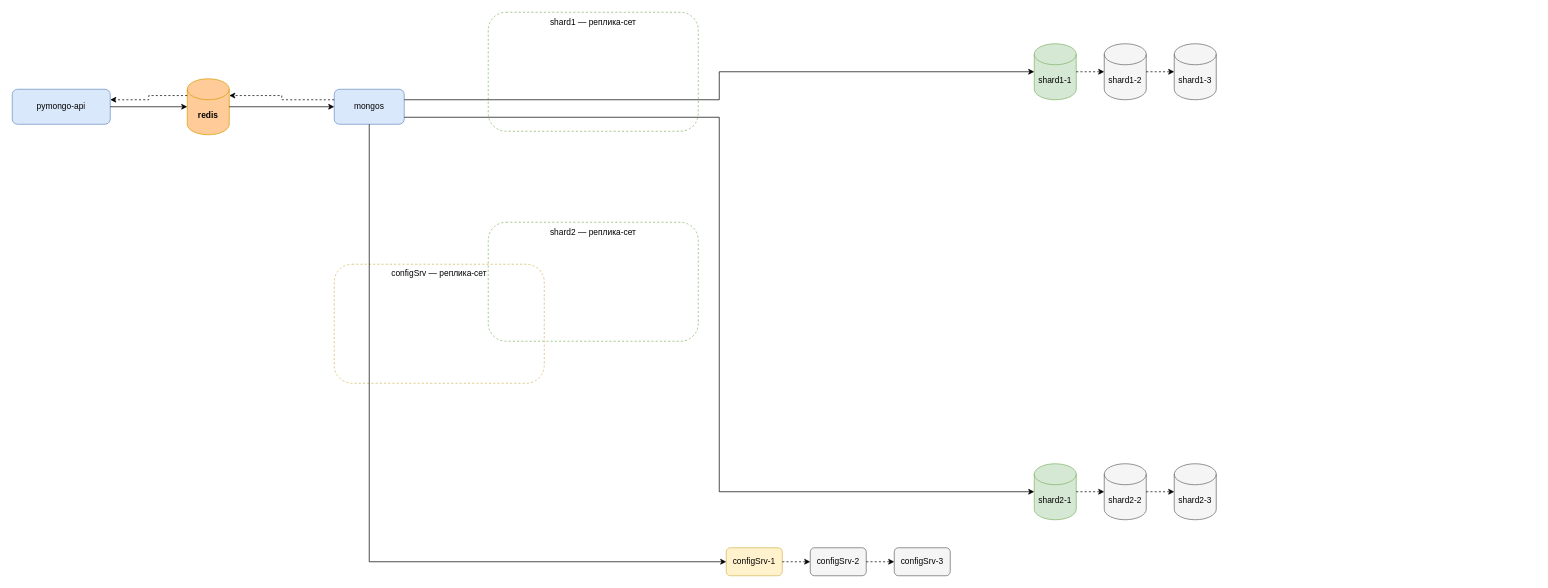
Earlier version of the draw.io diagram task1/3.drawio (sgzachesov/architecture-black_friday). Source tidied: cells renumbered, new cells numbered last; positions are measured from the earlier drawing's top-left corner, leaving out a move shared by most shapes. Both pictures are drawn from the tidied source at 70%, with x=0, y=0 at pixel (12, 12).
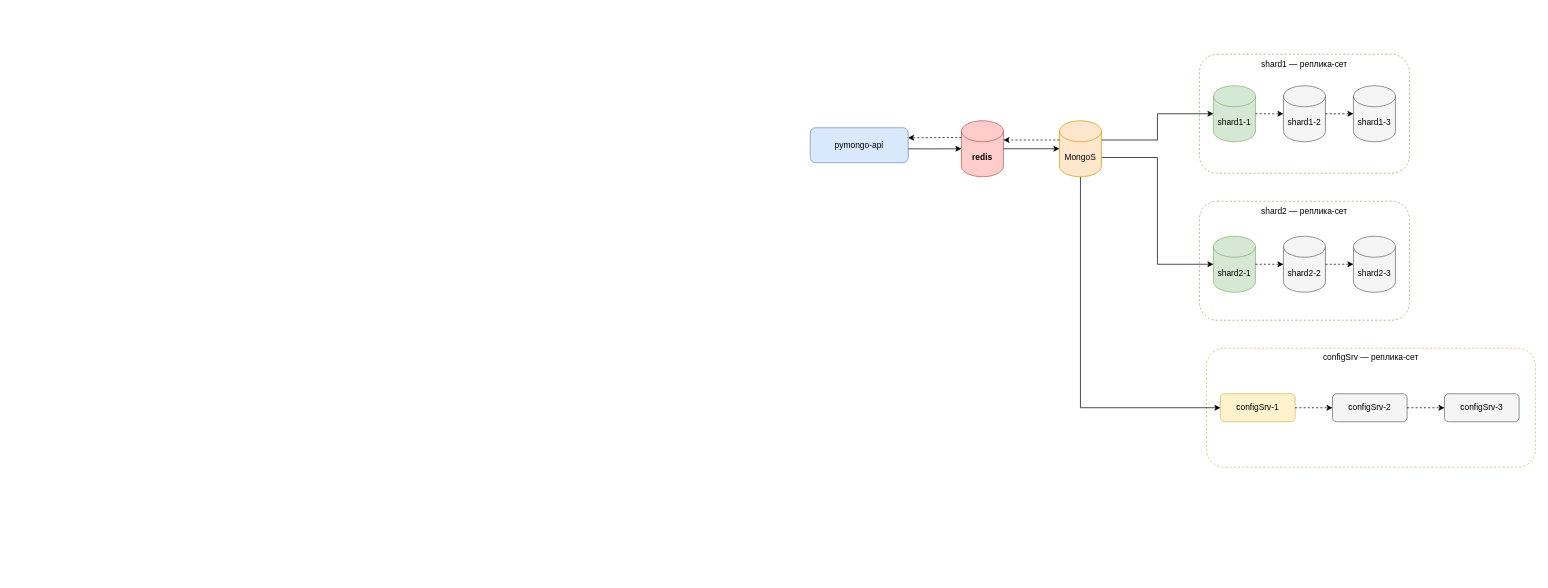
The same page after the edit.

What changed in the source:
```diff
@@
     <mxCell id="2" value="pymongo-api" style="rounded=1;whiteSpace=wrap;html=1;fillColor=#dae8fc;strokeColor=#6c8ebf;" parent="1" vertex="1">
-      <mxGeometry y="110" width="140" height="50" as="geometry" />
+      <mxGeometry x="1140" y="165" width="140" height="50" as="geometry" />
     </mxCell>
-    <mxCell id="3" value="redis" style="shape=cylinder3;whiteSpace=wrap;html=1;boundedLbl=1;backgroundOutline=1;size=15;fillColor=#ffcc99;strokeColor=#d79b00;fontStyle=1;" parent="1" vertex="1">
-      <mxGeometry x="250" y="95" width="60" height="80" as="geometry" />
-    </mxCell>
-    <mxCell id="4" value="mongos" style="rounded=1;whiteSpace=wrap;html=1;fillColor=#dae8fc;strokeColor=#6c8ebf;" parent="1" vertex="1">
-      <mxGeometry x="460" y="110" width="100" height="50" as="geometry" />
-    </mxCell>
     <mxCell id="5" value="shard1 — реплика-сет" style="rounded=1;whiteSpace=wrap;html=1;dashed=1;verticalAlign=top;fillColor=none;strokeColor=#82b366;" parent="1" vertex="1">
-      <mxGeometry x="680" width="300" height="170" as="geometry" />
+      <mxGeometry x="1696" y="60" width="300" height="170" as="geometry" />
     </mxCell>
     <mxCell id="6" value="shard1-1" style="shape=cylinder3;whiteSpace=wrap;html=1;boundedLbl=1;backgroundOutline=1;size=15;fillColor=#d5e8d4;strokeColor=#82b366;" parent="5" vertex="1">
-      <mxGeometry x="780" y="45" width="60" height="80" as="geometry" />
+      <mxGeometry x="20" y="45" width="60" height="80" as="geometry" />
     </mxCell>
     <mxCell id="7" value="shard1-2" style="shape=cylinder3;whiteSpace=wrap;html=1;boundedLbl=1;backgroundOutline=1;size=15;fillColor=#f5f5f5;strokeColor=#666666;" parent="5" vertex="1">
-      <mxGeometry x="880" y="45" width="60" height="80" as="geometry" />
+      <mxGeometry x="120" y="45" width="60" height="80" as="geometry" />
     </mxCell>
     <mxCell id="8" value="shard1-3" style="shape=cylinder3;whiteSpace=wrap;html=1;boundedLbl=1;backgroundOutline=1;size=15;fillColor=#f5f5f5;strokeColor=#666666;" parent="5" vertex="1">
-      <mxGeometry x="980" y="45" width="60" height="80" as="geometry" />
+      <mxGeometry x="220" y="45" width="60" height="80" as="geometry" />
     </mxCell>
+    <mxCell id="24" style="edgeStyle=orthogonalEdgeStyle;rounded=0;jettySize=auto;html=1;dashed=1;exitX=1;exitY=0.5;exitDx=0;exitDy=0;entryX=0;entryY=0.5;entryDx=0;entryDy=0;entryPerimeter=0;" parent="5" edge="1" source="6" target="7">
+      <mxGeometry relative="1" as="geometry" />
+    </mxCell>
+    <mxCell id="25" style="edgeStyle=orthogonalEdgeStyle;rounded=0;jettySize=auto;html=1;dashed=1;exitX=1;exitY=0.5;exitDx=0;exitDy=0;entryX=0;entryY=0.5;entryDx=0;entryDy=0;entryPerimeter=0;" parent="5" edge="1" source="7" target="8">
+      <mxGeometry relative="1" as="geometry" />
+    </mxCell>
     <mxCell id="9" value="shard2 — реплика-сет" style="rounded=1;whiteSpace=wrap;html=1;dashed=1;verticalAlign=top;fillColor=none;strokeColor=#82b366;" parent="1" vertex="1">
-      <mxGeometry x="680" y="300" width="300" height="170" as="geometry" />
+      <mxGeometry x="1696" y="270" width="300" height="170" as="geometry" />
     </mxCell>
+    <mxCell id="13" value="configSrv — реплика-сет" style="rounded=1;whiteSpace=wrap;html=1;dashed=1;verticalAlign=top;fillColor=none;strokeColor=#d6b656;" parent="1" vertex="1">
+      <mxGeometry x="1706" y="480" width="470" height="170" as="geometry" />
+    </mxCell>
+    <mxCell id="30" style="edgeStyle=orthogonalEdgeStyle;rounded=0;jettySize=auto;html=1;exitX=1;exitY=0;exitDx=0;exitDy=27.5;entryX=0;entryY=0.5;entryDx=0;entryDy=0;entryPerimeter=0;exitPerimeter=0;" parent="1" edge="1" source="33" target="6">
+      <mxGeometry relative="1" as="geometry" />
+    </mxCell>
+    <mxCell id="31" style="edgeStyle=orthogonalEdgeStyle;rounded=0;jettySize=auto;html=1;exitX=1;exitY=0;exitDx=0;exitDy=52.5;entryX=0;entryY=0.5;entryDx=0;entryDy=0;entryPerimeter=0;exitPerimeter=0;" parent="1" edge="1" source="33" target="10">
+      <mxGeometry relative="1" as="geometry" />
+    </mxCell>
+    <mxCell id="32" style="edgeStyle=orthogonalEdgeStyle;rounded=0;jettySize=auto;html=1;exitX=0.5;exitY=1;exitDx=0;exitDy=0;entryX=0;entryY=0.5;entryDx=0;entryDy=0;entryPerimeter=0;exitPerimeter=0;" parent="1" edge="1" source="33" target="14">
+      <mxGeometry relative="1" as="geometry">
+        <Array as="points">
+          <mxPoint x="1526" y="565" />
+        </Array>
+      </mxGeometry>
+    </mxCell>
-    <mxCell id="10" value="shard2-1" style="shape=cylinder3;whiteSpace=wrap;html=1;boundedLbl=1;backgroundOutline=1;size=15;fillColor=#d5e8d4;strokeColor=#82b366;" parent="9" vertex="1">
-      <mxGeometry x="780" y="345" width="60" height="80" as="geometry" />
+    <mxCell id="10" value="shard2-1" style="shape=cylinder3;whiteSpace=wrap;html=1;boundedLbl=1;backgroundOutline=1;size=15;fillColor=#d5e8d4;strokeColor=#82b366;" parent="1" vertex="1">
+      <mxGeometry x="1716" y="320" width="60" height="80" as="geometry" />
     </mxCell>
-    <mxCell id="11" value="shard2-2" style="shape=cylinder3;whiteSpace=wrap;html=1;boundedLbl=1;backgroundOutline=1;size=15;fillColor=#f5f5f5;strokeColor=#666666;" parent="9" vertex="1">
-      <mxGeometry x="880" y="345" width="60" height="80" as="geometry" />
+    <mxCell id="11" value="shard2-2" style="shape=cylinder3;whiteSpace=wrap;html=1;boundedLbl=1;backgroundOutline=1;size=15;fillColor=#f5f5f5;strokeColor=#666666;" parent="1" vertex="1">
+      <mxGeometry x="1816" y="320" width="60" height="80" as="geometry" />
     </mxCell>
-    <mxCell id="12" value="shard2-3" style="shape=cylinder3;whiteSpace=wrap;html=1;boundedLbl=1;backgroundOutline=1;size=15;fillColor=#f5f5f5;strokeColor=#666666;" parent="9" vertex="1">
-      <mxGeometry x="980" y="345" width="60" height="80" as="geometry" />
+    <mxCell id="12" value="shard2-3" style="shape=cylinder3;whiteSpace=wrap;html=1;boundedLbl=1;backgroundOutline=1;size=15;fillColor=#f5f5f5;strokeColor=#666666;" parent="1" vertex="1">
+      <mxGeometry x="1916" y="320" width="60" height="80" as="geometry" />
     </mxCell>
-    <mxCell id="13" value="configSrv — реплика-сет" style="rounded=1;whiteSpace=wrap;html=1;dashed=1;verticalAlign=top;fillColor=none;strokeColor=#d6b656;" parent="1" vertex="1">
-      <mxGeometry x="460" y="360" width="300" height="170" as="geometry" />
-    </mxCell>
+    <mxCell id="26" style="edgeStyle=orthogonalEdgeStyle;rounded=0;jettySize=auto;html=1;dashed=1;exitX=1;exitY=0.5;exitDx=0;exitDy=0;entryX=0;entryY=0.5;entryDx=0;entryDy=0;entryPerimeter=0;" parent="1" edge="1" source="10" target="11">
+      <mxGeometry relative="1" as="geometry" />
+    </mxCell>
+    <mxCell id="27" style="edgeStyle=orthogonalEdgeStyle;rounded=0;jettySize=auto;html=1;dashed=1;exitX=1;exitY=0.5;exitDx=0;exitDy=0;entryX=0;entryY=0.5;entryDx=0;entryDy=0;entryPerimeter=0;" parent="1" edge="1" source="11" target="12">
+      <mxGeometry relative="1" as="geometry" />
+    </mxCell>
-    <mxCell id="14" value="configSrv-1" style="rounded=1;whiteSpace=wrap;html=1;fillColor=#fff2cc;strokeColor=#d6b656;" parent="13" vertex="1">
-      <mxGeometry x="560" y="405" width="80" height="40" as="geometry" />
+    <mxCell id="14" value="configSrv-1" style="rounded=1;whiteSpace=wrap;html=1;fillColor=#fff2cc;strokeColor=#d6b656;" parent="1" vertex="1">
+      <mxGeometry x="1726" y="545" width="106.7" height="40" as="geometry" />
     </mxCell>
-    <mxCell id="15" value="configSrv-2" style="rounded=1;whiteSpace=wrap;html=1;fillColor=#f5f5f5;strokeColor=#666666;" parent="13" vertex="1">
-      <mxGeometry x="680" y="405" width="80" height="40" as="geometry" />
+    <mxCell id="15" value="configSrv-2" style="rounded=1;whiteSpace=wrap;html=1;fillColor=#f5f5f5;strokeColor=#666666;" parent="1" vertex="1">
+      <mxGeometry x="1886" y="545" width="106.7" height="40" as="geometry" />
     </mxCell>
-    <mxCell id="16" value="configSrv-3" style="rounded=1;whiteSpace=wrap;html=1;fillColor=#f5f5f5;strokeColor=#666666;" parent="13" vertex="1">
-      <mxGeometry x="800" y="405" width="80" height="40" as="geometry" />
+    <mxCell id="16" value="configSrv-3" style="rounded=1;whiteSpace=wrap;html=1;fillColor=#f5f5f5;strokeColor=#666666;" parent="1" vertex="1">
+      <mxGeometry x="2046" y="545" width="106.7" height="40" as="geometry" />
     </mxCell>
+    <mxCell id="28" style="edgeStyle=orthogonalEdgeStyle;rounded=0;jettySize=auto;html=1;dashed=1;exitX=1;exitY=0.5;exitDx=0;exitDy=0;entryX=0;entryY=0.5;entryDx=0;entryDy=0;entryPerimeter=0;" parent="1" edge="1" source="14" target="15">
+      <mxGeometry relative="1" as="geometry" />
+    </mxCell>
+    <mxCell id="29" style="edgeStyle=orthogonalEdgeStyle;rounded=0;jettySize=auto;html=1;dashed=1;exitX=1;exitY=0.5;exitDx=0;exitDy=0;entryX=0;entryY=0.5;entryDx=0;entryDy=0;entryPerimeter=0;" parent="1" edge="1" source="15" target="16">
+      <mxGeometry relative="1" as="geometry" />
+    </mxCell>
+    <mxCell id="33" value="MongoS" style="shape=cylinder3;whiteSpace=wrap;html=1;boundedLbl=1;backgroundOutline=1;size=15;fillColor=#ffe6cc;strokeColor=#d79b00;" parent="1" vertex="1">
+      <mxGeometry x="1496" y="155" width="60" height="80" as="geometry" />
+    </mxCell>
+    <mxCell id="3" value="redis" style="shape=cylinder3;whiteSpace=wrap;html=1;boundedLbl=1;backgroundOutline=1;size=15;fillColor=#ffcccc;strokeColor=#b85450;fontStyle=1;" parent="1" vertex="1">
+      <mxGeometry x="1356" y="155" width="60" height="80" as="geometry" />
+    </mxCell>
-    <mxCell id="17" style="edgeStyle=orthogonalEdgeStyle;rounded=0;jettySize=auto;html=1;exitX=1;exitY=0.5;exitDx=0;exitDy=0;entryX=0;entryY=0.5;entryDx=0;entryDy=0;entryPerimeter=0;" parent="1" edge="1" source="2" target="3">
+    <mxCell id="17" style="edgeStyle=orthogonalEdgeStyle;rounded=0;jettySize=auto;html=1;exitX=1;exitY=0.603;exitDx=0;exitDy=0;entryX=0;entryY=0.5;entryDx=0;entryDy=0;entryPerimeter=0;exitPerimeter=0;" parent="1" edge="1" source="2" target="3">
       <mxGeometry relative="1" as="geometry" />
     </mxCell>
-    <mxCell id="18" style="edgeStyle=orthogonalEdgeStyle;rounded=0;jettySize=auto;html=1;dashed=1;exitX=0;exitY=0.3;exitDx=0;exitDy=0;entryX=1;entryY=0.3;entryDx=0;entryDy=0;entryPerimeter=0;" parent="1" edge="1" source="3" target="2">
+    <mxCell id="18" style="edgeStyle=orthogonalEdgeStyle;rounded=0;jettySize=auto;html=1;dashed=1;exitX=0;exitY=0.3;exitDx=0;exitDy=0;entryX=0.998;entryY=0.288;entryDx=0;entryDy=0;entryPerimeter=0;" parent="1" edge="1" source="3" target="2">
       <mxGeometry relative="1" as="geometry" />
     </mxCell>
-    <mxCell id="19" style="edgeStyle=orthogonalEdgeStyle;rounded=0;jettySize=auto;html=1;exitX=1;exitY=0.5;exitDx=0;exitDy=0;entryX=0;entryY=0.5;entryDx=0;entryDy=0;entryPerimeter=0;" parent="1" edge="1" source="3" target="4">
-      <mxGeometry relative="1" as="geometry" />
-    </mxCell>
-    <mxCell id="20" style="edgeStyle=orthogonalEdgeStyle;rounded=0;jettySize=auto;html=1;dashed=1;exitX=0;exitY=0.3;exitDx=0;exitDy=0;entryX=1;entryY=0.3;entryDx=0;entryDy=0;entryPerimeter=0;" parent="1" edge="1" source="4" target="3">
-      <mxGeometry relative="1" as="geometry" />
-    </mxCell>
-    <mxCell id="21" style="edgeStyle=orthogonalEdgeStyle;rounded=0;jettySize=auto;html=1;exitX=1;exitY=0.3;exitDx=0;exitDy=0;entryX=0;entryY=0.5;entryDx=0;entryDy=0;entryPerimeter=0;" parent="1" edge="1" source="4" target="6">
-      <mxGeometry relative="1" as="geometry" />
-    </mxCell>
-    <mxCell id="22" style="edgeStyle=orthogonalEdgeStyle;rounded=0;jettySize=auto;html=1;exitX=1;exitY=0.8;exitDx=0;exitDy=0;entryX=0;entryY=0.5;entryDx=0;entryDy=0;entryPerimeter=0;" parent="1" edge="1" source="4" target="10">
-      <mxGeometry relative="1" as="geometry" />
-    </mxCell>
-    <mxCell id="23" style="edgeStyle=orthogonalEdgeStyle;rounded=0;jettySize=auto;html=1;exitX=0.5;exitY=1;exitDx=0;exitDy=0;entryX=0;entryY=0.5;entryDx=0;entryDy=0;entryPerimeter=0;" parent="1" edge="1" source="4" target="14">
-      <mxGeometry relative="1" as="geometry" />
-    </mxCell>
-    <mxCell id="24" style="edgeStyle=orthogonalEdgeStyle;rounded=0;jettySize=auto;html=1;dashed=1;exitX=1;exitY=0.5;exitDx=0;exitDy=0;entryX=0;entryY=0.5;entryDx=0;entryDy=0;entryPerimeter=0;" parent="1" edge="1" source="6" target="7">
-      <mxGeometry relative="1" as="geometry" />
-    </mxCell>
-    <mxCell id="25" style="edgeStyle=orthogonalEdgeStyle;rounded=0;jettySize=auto;html=1;dashed=1;exitX=1;exitY=0.5;exitDx=0;exitDy=0;entryX=0;entryY=0.5;entryDx=0;entryDy=0;entryPerimeter=0;" parent="1" edge="1" source="7" target="8">
-      <mxGeometry relative="1" as="geometry" />
-    </mxCell>
-    <mxCell id="26" style="edgeStyle=orthogonalEdgeStyle;rounded=0;jettySize=auto;html=1;dashed=1;exitX=1;exitY=0.5;exitDx=0;exitDy=0;entryX=0;entryY=0.5;entryDx=0;entryDy=0;entryPerimeter=0;" parent="1" edge="1" source="10" target="11">
-      <mxGeometry relative="1" as="geometry" />
-    </mxCell>
-    <mxCell id="27" style="edgeStyle=orthogonalEdgeStyle;rounded=0;jettySize=auto;html=1;dashed=1;exitX=1;exitY=0.5;exitDx=0;exitDy=0;entryX=0;entryY=0.5;entryDx=0;entryDy=0;entryPerimeter=0;" parent="1" edge="1" source="11" target="12">
-      <mxGeometry relative="1" as="geometry" />
-    </mxCell>
-    <mxCell id="28" style="edgeStyle=orthogonalEdgeStyle;rounded=0;jettySize=auto;html=1;dashed=1;exitX=1;exitY=0.5;exitDx=0;exitDy=0;entryX=0;entryY=0.5;entryDx=0;entryDy=0;entryPerimeter=0;" parent="1" edge="1" source="14" target="15">
-      <mxGeometry relative="1" as="geometry" />
-    </mxCell>
-    <mxCell id="29" style="edgeStyle=orthogonalEdgeStyle;rounded=0;jettySize=auto;html=1;dashed=1;exitX=1;exitY=0.5;exitDx=0;exitDy=0;entryX=0;entryY=0.5;entryDx=0;entryDy=0;entryPerimeter=0;" parent="1" edge="1" source="15" target="16">
-      <mxGeometry relative="1" as="geometry" />
-    </mxCell>
+    <mxCell id="34" style="edgeStyle=orthogonalEdgeStyle;rounded=0;jettySize=auto;html=1;exitX=1;exitY=0.5;exitDx=0;exitDy=0;entryX=0;entryY=0.5;entryDx=0;entryDy=0;entryPerimeter=0;" parent="1" edge="1" source="3" target="33">
+      <mxGeometry relative="1" as="geometry" />
+    </mxCell>
+    <mxCell id="35" style="edgeStyle=orthogonalEdgeStyle;rounded=0;jettySize=auto;html=1;dashed=1;exitX=0;exitY=0;exitDx=0;exitDy=27.5;exitPerimeter=0;entryX=1;entryY=0;entryDx=0;entryDy=27.5;entryPerimeter=0;" parent="1" edge="1" source="33" target="3">
+      <mxGeometry relative="1" as="geometry">
+        <Array as="points">
+          <mxPoint x="1466" y="183" />
+          <mxPoint x="1466" y="183" />
+        </Array>
+      </mxGeometry>
+    </mxCell>
```
